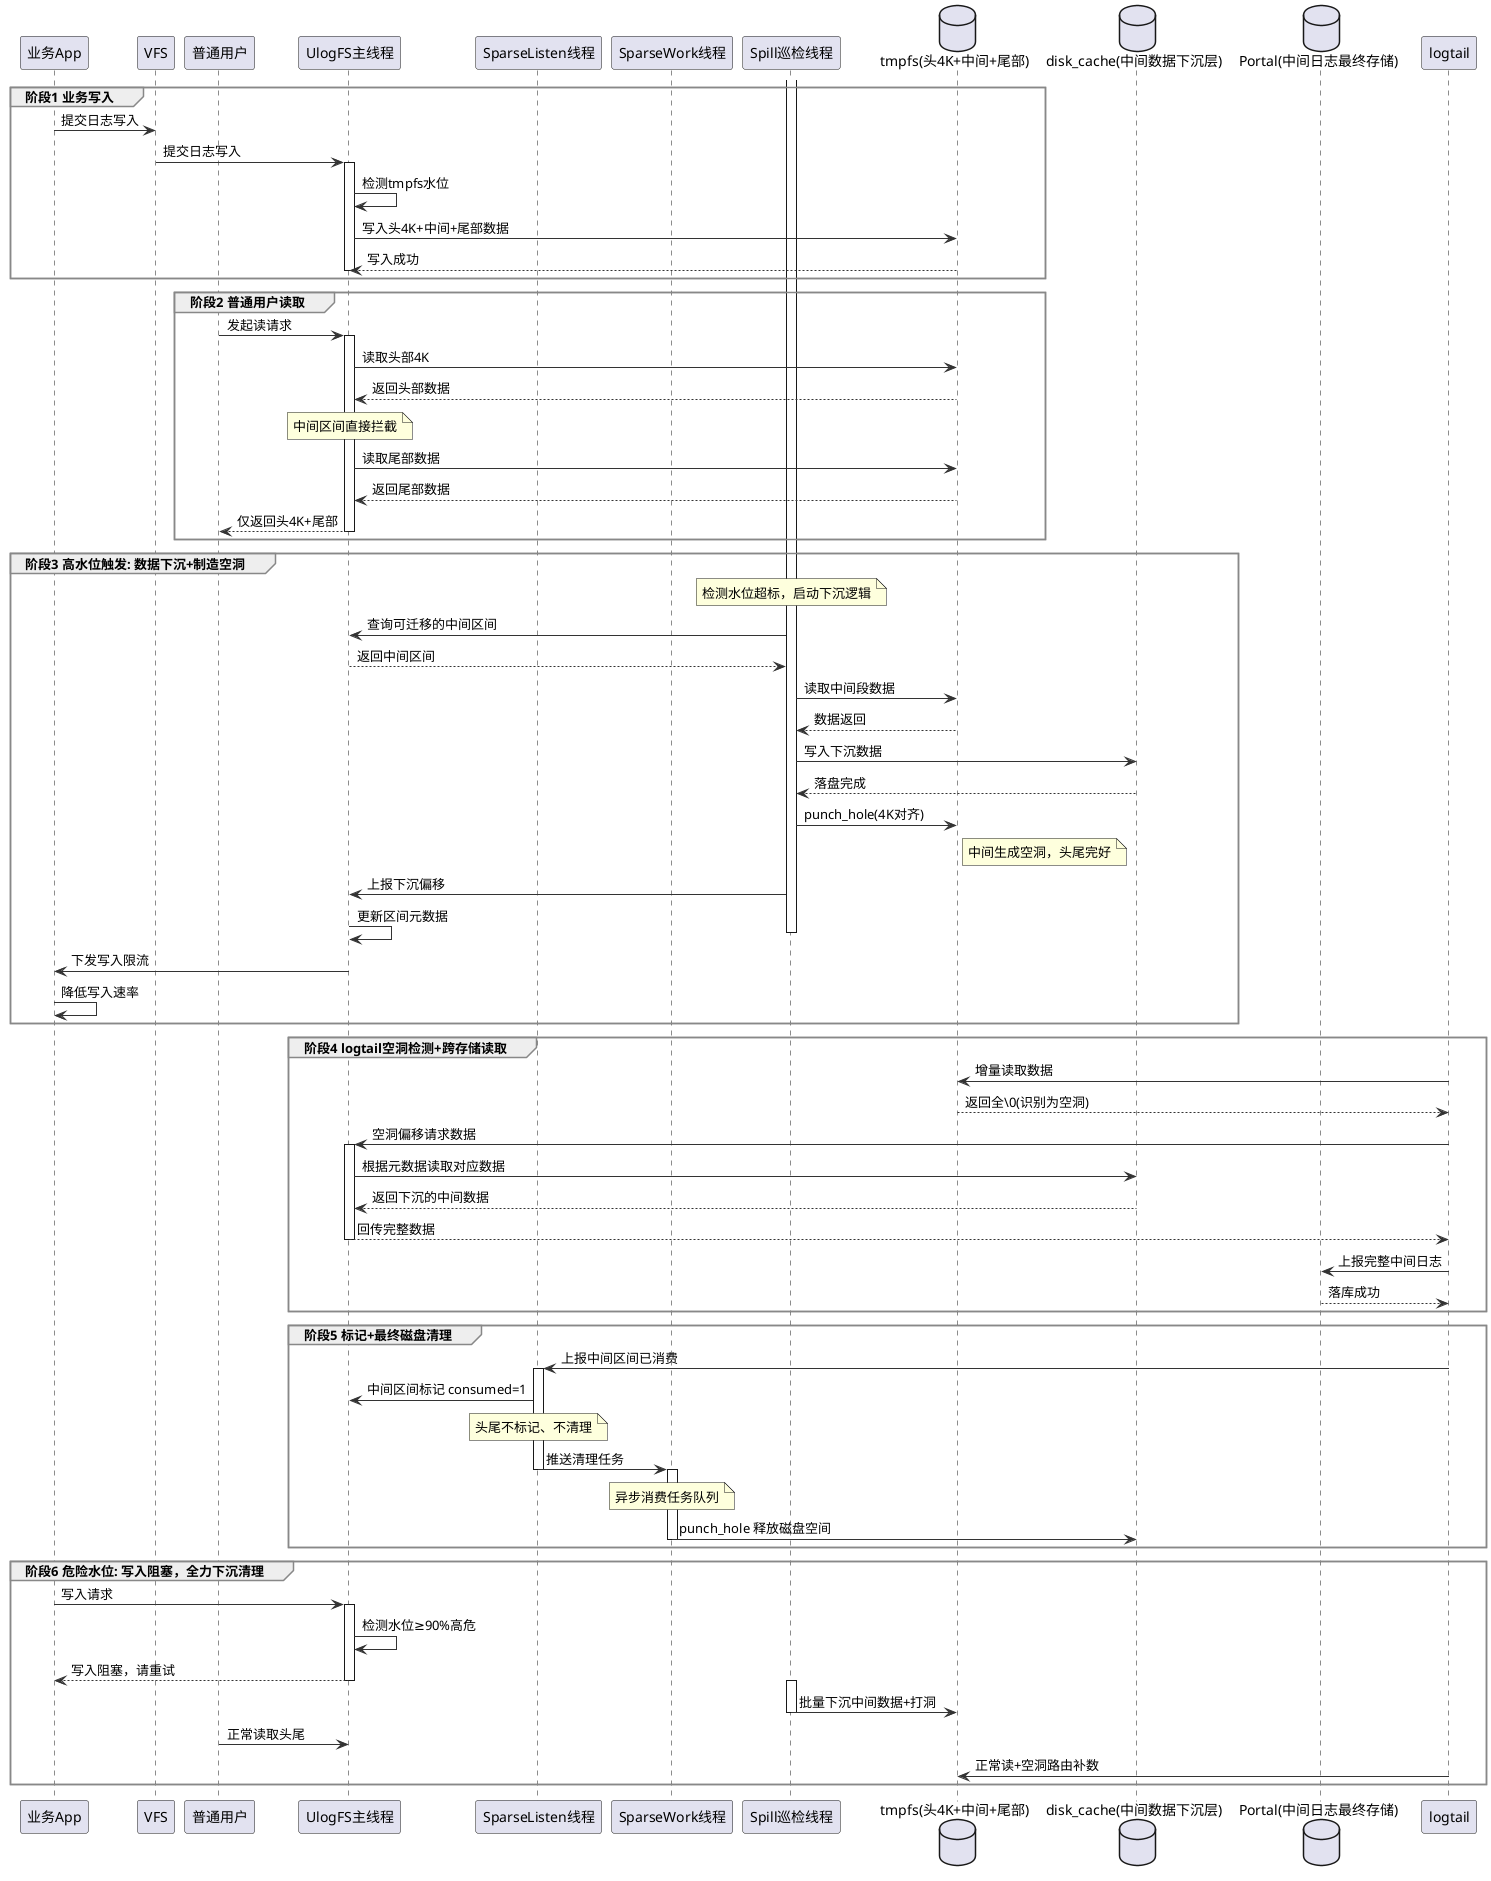
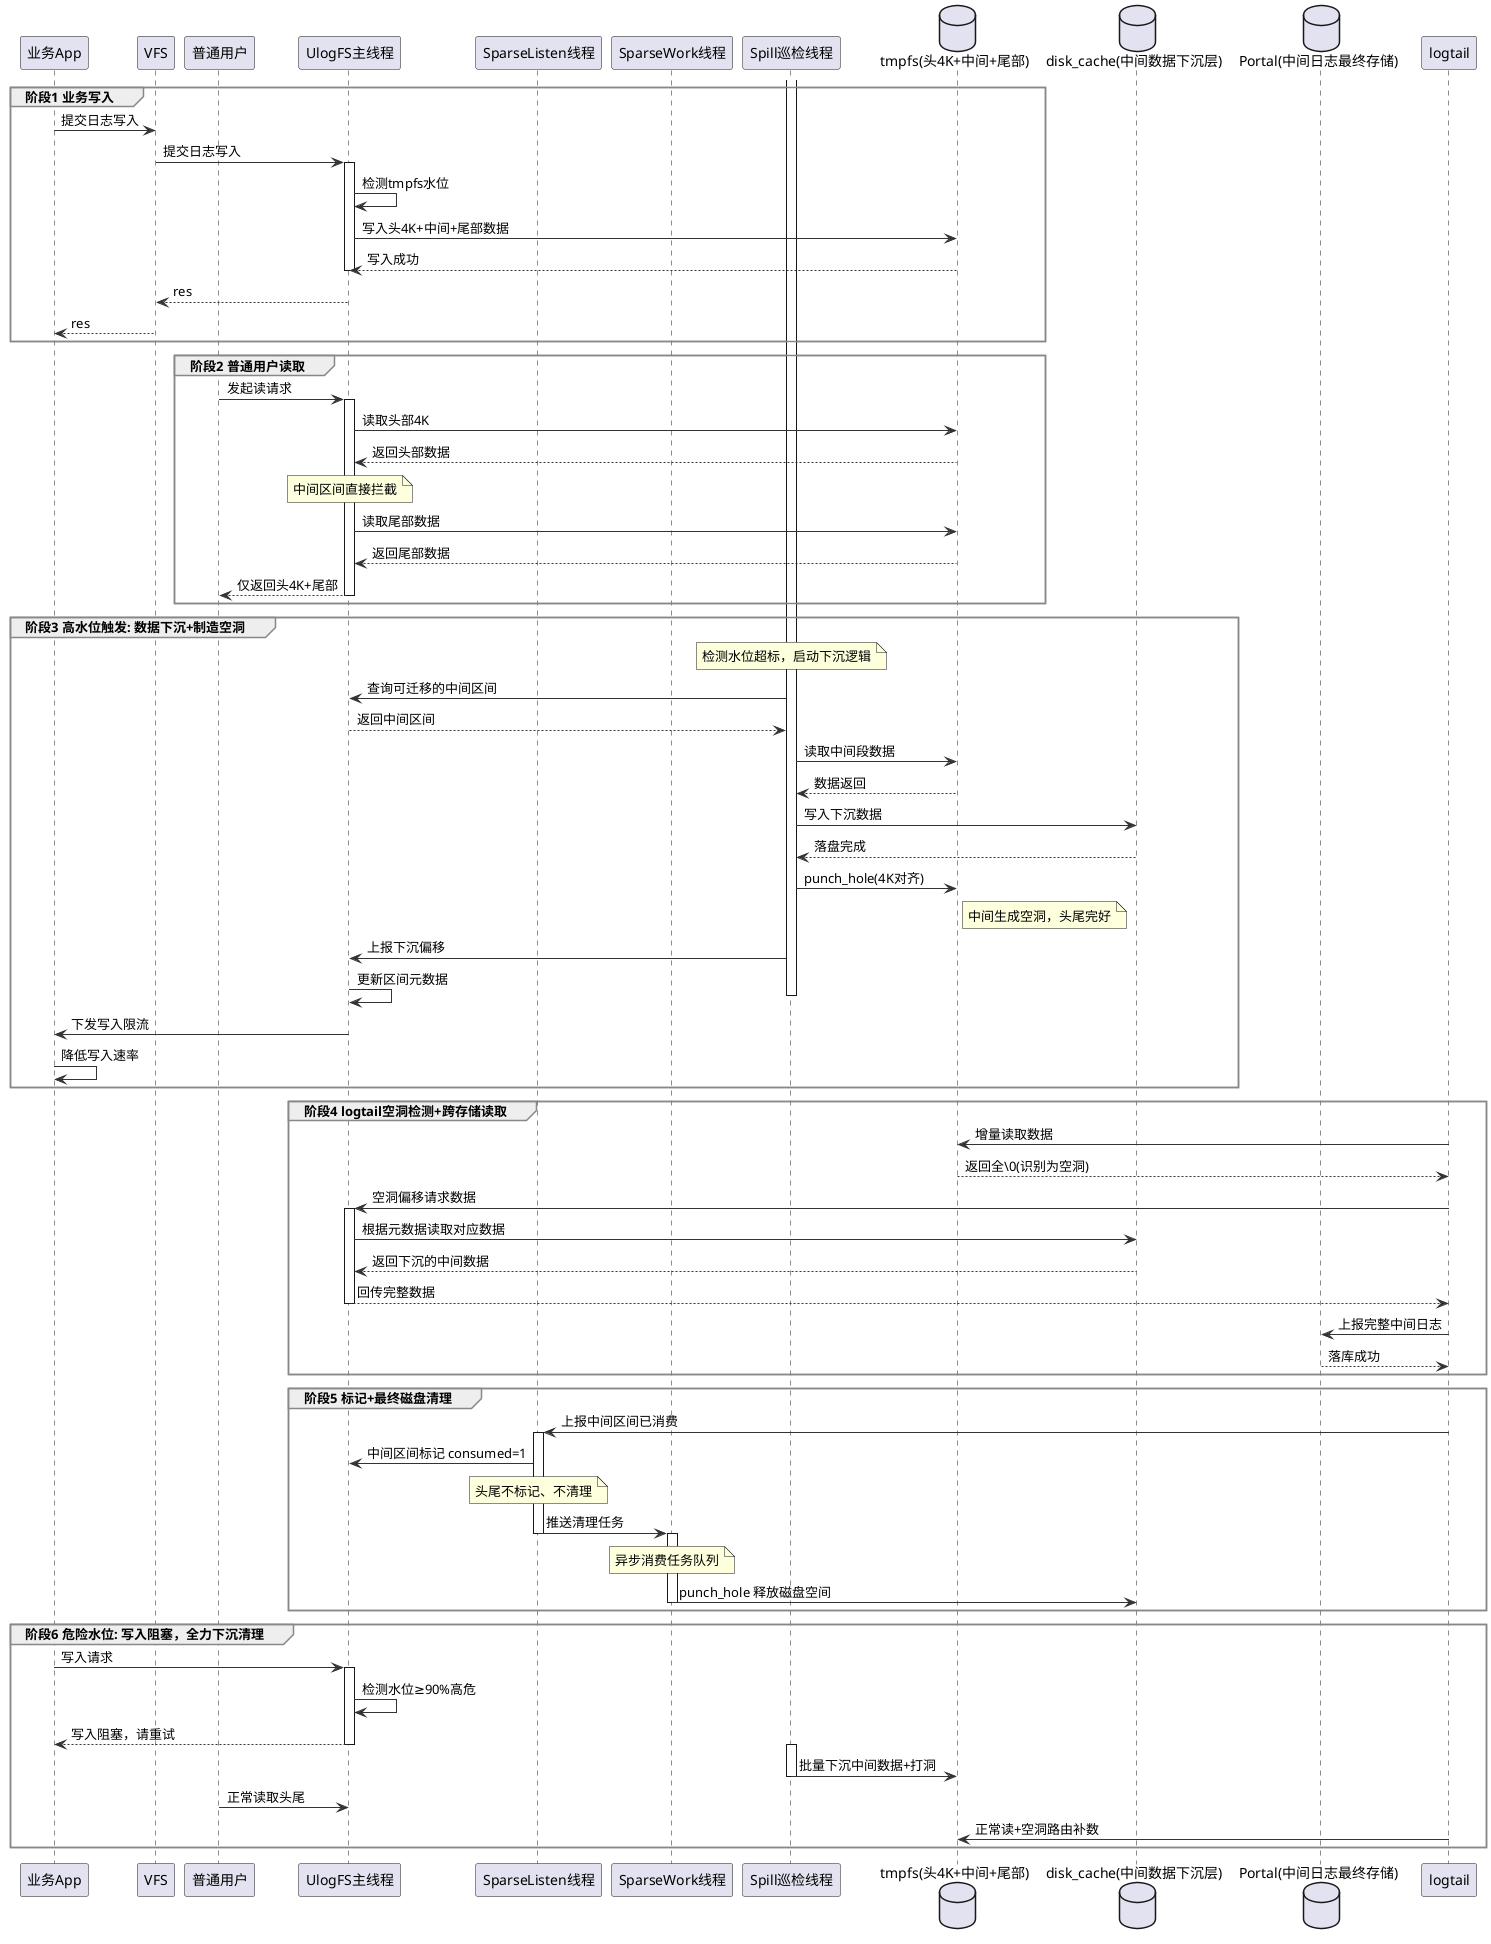
@startuml UlogFS_写入过快_数据下沉_空洞路由版
skinparam sequence {
  ArrowColor #333
  ActorBorderColor #666
  DatabaseBorderColor #666
  LineColor #999
  GroupBorderColor #888
}

' 角色定义
participant 业务App
participant VFS
participant 普通用户
participant "UlogFS主线程" as UlogFS
participant "SparseListen线程" as ListenThread
participant "SparseWork线程" as SparseWork
participant "Spill巡检线程" as SpillThread
database "tmpfs(头4K+中间+尾部)" as TmpFS
database "disk_cache(中间数据下沉层)" as DiskCache
database "Portal(中间日志最终存储)" as Portal
participant logtail

' ========== 阶段1 业务写入 ==========
group 阶段1 业务写入
业务App -> VFS : 提交日志写入
VFS -> UlogFS : 提交日志写入
activate UlogFS
UlogFS -> UlogFS : 检测tmpfs水位
UlogFS -> TmpFS : 写入头4K+中间+尾部数据
TmpFS --> UlogFS : 写入成功
deactivate UlogFS
+ UlogFS --> VFS: res
+ VFS --> 业务App: res
end group

' ========== 阶段2 普通用户读取 ==========
group 阶段2 普通用户读取
普通用户 -> UlogFS : 发起读请求
activate UlogFS
UlogFS -> TmpFS : 读取头部4K
TmpFS --> UlogFS : 返回头部数据
note over UlogFS: 中间区间直接拦截
UlogFS -> TmpFS : 读取尾部数据
TmpFS --> UlogFS : 返回尾部数据
UlogFS --> 普通用户 : 仅返回头4K+尾部
deactivate UlogFS
end group

' ========== 阶段3 高水位下沉数据 ==========
group 阶段3 高水位触发: 数据下沉+制造空洞
note over SpillThread: 检测水位超标，启动下沉逻辑
activate SpillThread
SpillThread -> UlogFS : 查询可迁移的中间区间
UlogFS --> SpillThread : 返回中间区间

SpillThread -> TmpFS : 读取中间段数据
TmpFS --> SpillThread : 数据返回
SpillThread -> DiskCache : 写入下沉数据
DiskCache --> SpillThread : 落盘完成

SpillThread -> TmpFS : punch_hole(4K对齐)
note right of TmpFS: 中间生成空洞，头尾完好

SpillThread -> UlogFS : 上报下沉偏移
UlogFS -> UlogFS : 更新区间元数据
deactivate SpillThread

UlogFS -> 业务App : 下发写入限流
业务App -> 业务App : 降低写入速率
end group

' ========== 阶段4 logtail 空洞读取 ==========
group 阶段4 logtail空洞检测+跨存储读取
logtail -> TmpFS : 增量读取数据
TmpFS --> logtail : 返回全\\0(识别为空洞)

logtail -> UlogFS : 空洞偏移请求数据
activate UlogFS
UlogFS -> DiskCache : 根据元数据读取对应数据
DiskCache --> UlogFS : 返回下沉的中间数据
UlogFS --> logtail : 回传完整数据
deactivate UlogFS

logtail -> Portal : 上报完整中间日志
Portal --> logtail : 落库成功
end group

' ========== 阶段5 标记+最终清理 ==========
group 阶段5 标记+最终磁盘清理
logtail -> ListenThread : 上报中间区间已消费
activate ListenThread
ListenThread -> UlogFS : 中间区间标记 consumed=1
note over ListenThread: 头尾不标记、不清理
ListenThread -> SparseWork : 推送清理任务
deactivate ListenThread

note over SparseWork: 异步消费任务队列
activate SparseWork
SparseWork -> DiskCache : punch_hole 释放磁盘空间
deactivate SparseWork
end group

' ========== 阶段6 极端高水位 ==========
group 阶段6 危险水位: 写入阻塞，全力下沉清理
业务App -> UlogFS : 写入请求
activate UlogFS
UlogFS -> UlogFS : 检测水位≥90%高危
UlogFS --> 业务App : 写入阻塞，请重试
deactivate UlogFS

activate SpillThread
SpillThread -> TmpFS : 批量下沉中间数据+打洞
deactivate SpillThread

普通用户 -> UlogFS : 正常读取头尾
logtail -> TmpFS : 正常读+空洞路由补数
end group

@enduml